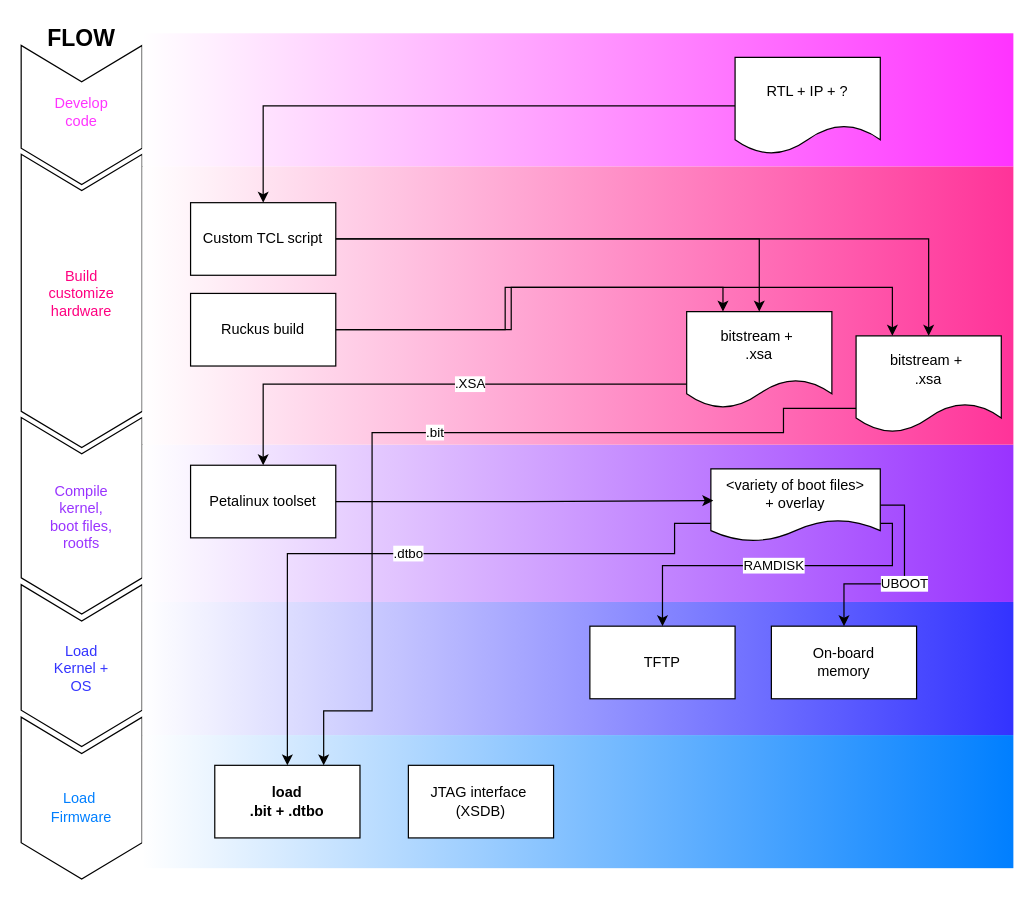
This is Kria_build_workflow.drawio from awhitbeck/drawio, a draw.io file, before an edit. Source tidied: cells renumbered, new cells numbered last; positions are measured from the earlier drawing's top-left corner, leaving out a move shared by most shapes. Both pictures are drawn from the tidied source at 121%, with x=0, y=0 at pixel (-65, 21).
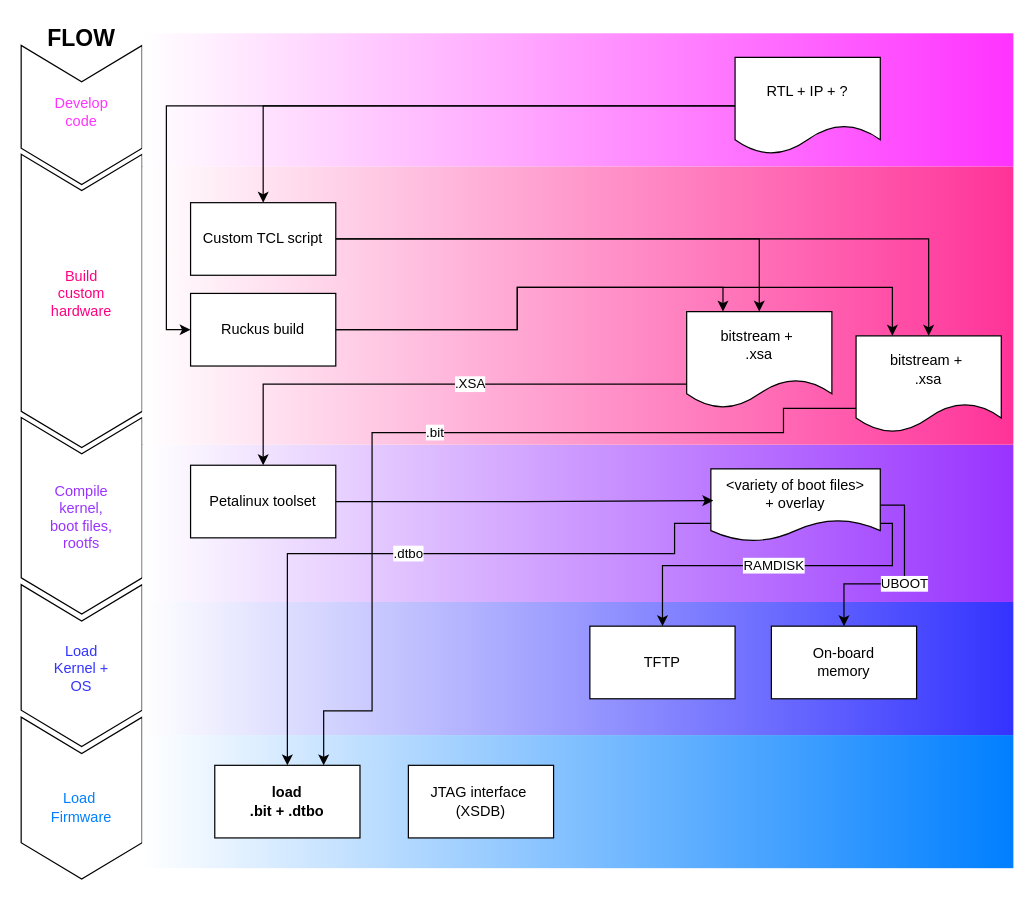
The same diagram, later.

Unchanged cells that the change refers to:
```xml
<mxCell id="13" value="Ruckus build" style="rounded=0;whiteSpace=wrap;html=1;" parent="1" vertex="1">
  <mxGeometry x="211" y="225" width="120" height="60" as="geometry" />
</mxCell>
<mxCell id="18" value="bitstream +&amp;nbsp;&lt;br&gt;.xsa" style="shape=document;whiteSpace=wrap;html=1;boundedLbl=1;" parent="1" vertex="1">
  <mxGeometry x="621" y="240" width="120" height="80" as="geometry" />
</mxCell>
<mxCell id="34" value="RTL + IP + ?" style="shape=document;whiteSpace=wrap;html=1;boundedLbl=1;" parent="1" vertex="1">
  <mxGeometry x="661" y="30" width="120" height="80" as="geometry" />
</mxCell>
<mxCell id="36" value="bitstream +&amp;nbsp;&lt;br&gt;.xsa" style="shape=document;whiteSpace=wrap;html=1;boundedLbl=1;" parent="1" vertex="1">
  <mxGeometry x="761" y="260" width="120" height="80" as="geometry" />
</mxCell>
```

The edit, as a diff of the source:
```diff
@@
     <mxCell id="12" style="edgeStyle=orthogonalEdgeStyle;rounded=0;jettySize=auto;html=1;exitX=1;exitY=0.5;exitDx=0;exitDy=0;entryX=0.25;entryY=0;entryDx=0;entryDy=0;" parent="1" edge="1" source="13" target="18">
-      <mxGeometry relative="1" as="geometry" />
+      <mxGeometry relative="1" as="geometry">
+        <Array as="points">
+          <mxPoint x="481" y="255" />
+          <mxPoint x="481" y="220" />
+          <mxPoint x="651" y="220" />
+        </Array>
+      </mxGeometry>
     </mxCell>
@@
-    <mxCell id="22" value="Build customize&lt;div&gt;hardware&lt;/div&gt;" style="text;html=1;align=center;verticalAlign=middle;whiteSpace=wrap;rounded=0;fontColor=#FF0080;" parent="1" vertex="1">
+    <mxCell id="22" value="Build custom&lt;div&gt;hardware&lt;/div&gt;" style="text;html=1;align=center;verticalAlign=middle;whiteSpace=wrap;rounded=0;fontColor=#FF0080;" parent="1" vertex="1">
       <mxGeometry x="91" y="200" width="60" height="50" as="geometry" />
     </mxCell>
@@
+    <mxCell id="40" style="edgeStyle=orthogonalEdgeStyle;rounded=0;jettySize=auto;html=1;exitX=0;exitY=0.5;exitDx=0;exitDy=0;entryX=0;entryY=0.5;entryDx=0;entryDy=0;" parent="1" edge="1" source="34" target="13">
+      <mxGeometry relative="1" as="geometry" />
+    </mxCell>
@@
     <mxCell id="38" style="edgeStyle=orthogonalEdgeStyle;rounded=0;jettySize=auto;html=1;exitX=1;exitY=0.5;exitDx=0;exitDy=0;entryX=0.25;entryY=0;entryDx=0;entryDy=0;" parent="1" edge="1" source="13" target="36">
       <mxGeometry relative="1" as="geometry">
         <Array as="points">
-          <mxPoint x="471" y="255" />
-          <mxPoint x="471" y="220" />
+          <mxPoint x="481" y="255" />
+          <mxPoint x="481" y="220" />
           <mxPoint x="791" y="220" />
         </Array>
       </mxGeometry>
     </mxCell>
```
